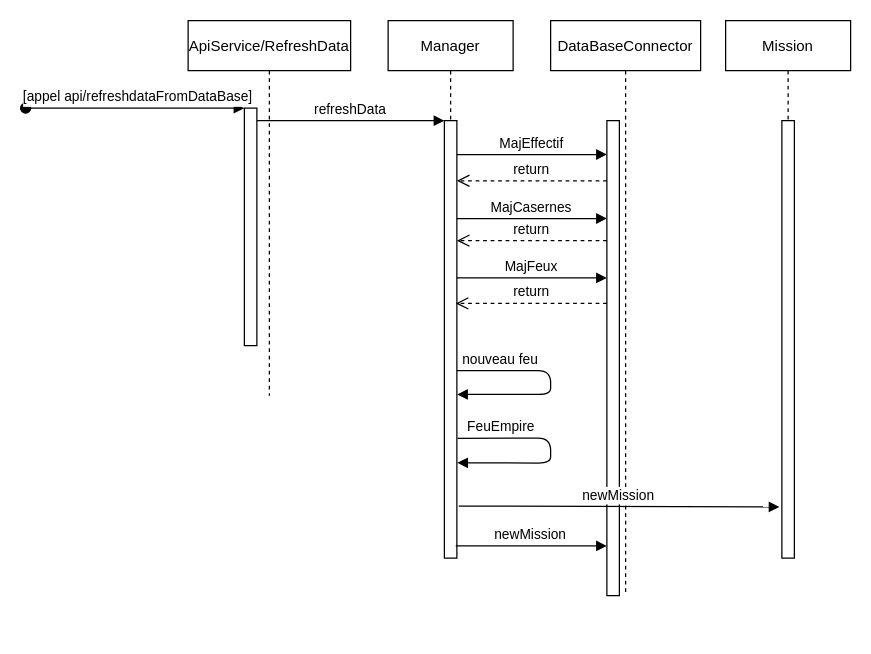
Emile-Bergin/S7-ProjetScientifique keeps this draw.io diagram as UML/Untitled Diagram.drawio. Above is the earlier version. Source tidied: cells renumbered, new cells numbered last; positions are measured from the earlier drawing's top-left corner, leaving out a move shared by most shapes. Both pictures are drawn from the tidied source at 125%, with x=0, y=0 at pixel (25, 20).
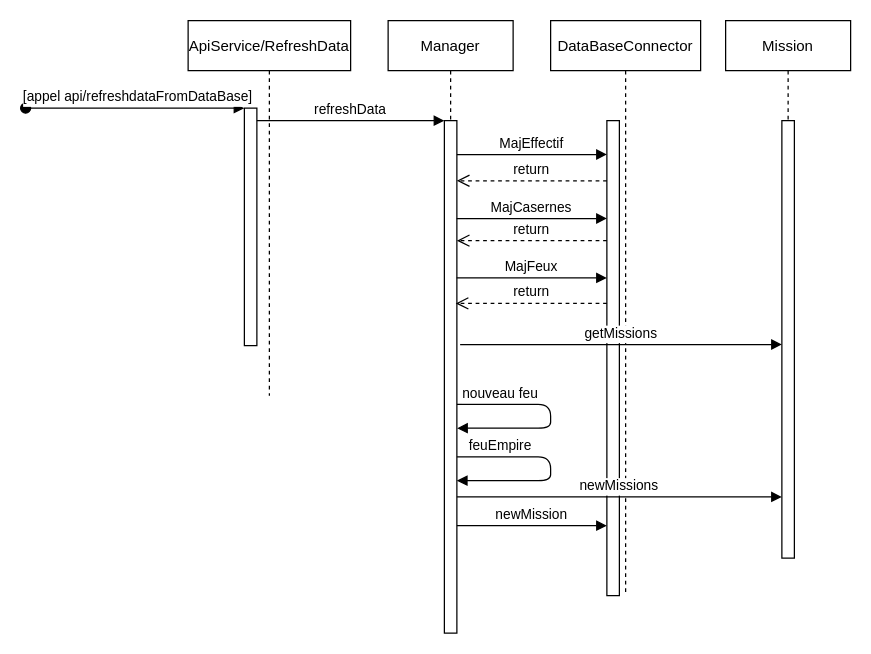
The same diagram, later.

The change refers to these unchanged cells:
```xml
<mxCell id="11" style="points=[];perimeter=orthogonalPerimeter;rounded=0;shadow=0;strokeWidth=1;" parent="10" vertex="1">
  <mxGeometry x="45" y="80" width="10" height="380" as="geometry" />
</mxCell>
<mxCell id="19" style="points=[];perimeter=orthogonalPerimeter;rounded=0;shadow=0;strokeWidth=1;" parent="18" vertex="1">
  <mxGeometry x="45" y="80" width="10" height="350" as="geometry" />
</mxCell>
```

The edit, as a diff of the source:
```diff
@@
     <mxCell id="5" value="Manager" style="shape=umlLifeline;perimeter=lifelinePerimeter;rounded=0;shadow=0;strokeWidth=1;" parent="1" vertex="1">
-      <mxGeometry x="290" width="100" height="430" as="geometry" />
+      <mxGeometry x="290" width="100" height="490" as="geometry" />
     </mxCell>
     <mxCell id="6" style="points=[];perimeter=orthogonalPerimeter;rounded=0;shadow=0;strokeWidth=1;" parent="5" vertex="1">
-      <mxGeometry x="45" y="80" width="10" height="350" as="geometry" />
+      <mxGeometry x="45" y="80" width="10" height="410" as="geometry" />
     </mxCell>
+    <mxCell id="8" value="nouveau feu" style="verticalAlign=bottom;endArrow=block;shadow=0;strokeWidth=1;entryX=1.02;entryY=0.909;entryDx=0;entryDy=0;entryPerimeter=0;" parent="5" edge="1">
+      <mxGeometry x="-0.59" relative="1" as="geometry">
+        <mxPoint x="55" y="307" as="sourcePoint" />
+        <mxPoint x="55.2" y="326.1" as="targetPoint" />
+        <Array as="points">
+          <mxPoint x="130" y="307" />
+          <mxPoint x="130" y="326" />
+        </Array>
+      </mxGeometry>
+    </mxCell>
-    <mxCell id="7" value="FeuEmpire" style="verticalAlign=bottom;endArrow=block;shadow=0;strokeWidth=1;exitX=1.06;exitY=0.726;exitDx=0;exitDy=0;exitPerimeter=0;entryX=1.032;entryY=0.782;entryDx=0;entryDy=0;entryPerimeter=0;" parent="5" edge="1" source="6" target="6">
+    <mxCell id="7" value="feuEmpire" style="verticalAlign=bottom;endArrow=block;shadow=0;strokeWidth=1;" parent="5" edge="1" source="6" target="6">
       <mxGeometry x="-0.59" relative="1" as="geometry">
         <Array as="points">
-          <mxPoint x="130" y="334" />
-          <mxPoint x="130" y="354" />
+          <mxPoint x="130" y="349" />
+          <mxPoint x="130" y="368" />
         </Array>
       </mxGeometry>
     </mxCell>
-    <mxCell id="8" value="nouveau feu" style="verticalAlign=bottom;endArrow=block;shadow=0;strokeWidth=1;entryX=1.02;entryY=0.909;entryDx=0;entryDy=0;entryPerimeter=0;" parent="5" edge="1">
-      <mxGeometry x="-0.59" relative="1" as="geometry">
-        <mxPoint x="55" y="280" as="sourcePoint" />
-        <mxPoint x="55.2" y="299.1" as="targetPoint" />
-        <Array as="points">
-          <mxPoint x="130" y="280" />
-          <mxPoint x="130" y="299" />
-        </Array>
-      </mxGeometry>
-    </mxCell>
@@
-    <mxCell id="20" value="newMission" style="verticalAlign=bottom;endArrow=block;shadow=0;strokeWidth=1;exitX=1.152;exitY=0.881;exitDx=0;exitDy=0;exitPerimeter=0;entryX=-0.193;entryY=0.883;entryDx=0;entryDy=0;entryPerimeter=0;" parent="1" edge="1" source="6" target="19">
-      <mxGeometry relative="1" as="geometry" />
+    <mxCell id="20" value="newMissions" style="verticalAlign=bottom;endArrow=block;shadow=0;strokeWidth=1;" parent="1" edge="1">
+      <mxGeometry relative="1" as="geometry">
+        <mxPoint x="345" y="381" as="sourcePoint" />
+        <mxPoint x="605" y="381" as="targetPoint" />
+      </mxGeometry>
     </mxCell>
-    <mxCell id="21" value="newMission" style="verticalAlign=bottom;endArrow=block;shadow=0;strokeWidth=1;exitX=0.909;exitY=0.972;exitDx=0;exitDy=0;exitPerimeter=0;" parent="1" edge="1" source="6" target="11">
-      <mxGeometry relative="1" as="geometry" />
+    <mxCell id="21" value="newMission" style="verticalAlign=bottom;endArrow=block;shadow=0;strokeWidth=1;" parent="1" edge="1">
+      <mxGeometry relative="1" as="geometry">
+        <mxPoint x="345" y="404" as="sourcePoint" />
+        <mxPoint x="465" y="404" as="targetPoint" />
+      </mxGeometry>
     </mxCell>
+    <mxCell id="22" value="getMissions" style="verticalAlign=bottom;endArrow=block;shadow=0;strokeWidth=1;exitX=1.257;exitY=0.493;exitDx=0;exitDy=0;exitPerimeter=0;" parent="1" edge="1">
+      <mxGeometry relative="1" as="geometry">
+        <mxPoint x="347.6" y="259.1" as="sourcePoint" />
+        <mxPoint x="605" y="259.1" as="targetPoint" />
+      </mxGeometry>
+    </mxCell>
```
